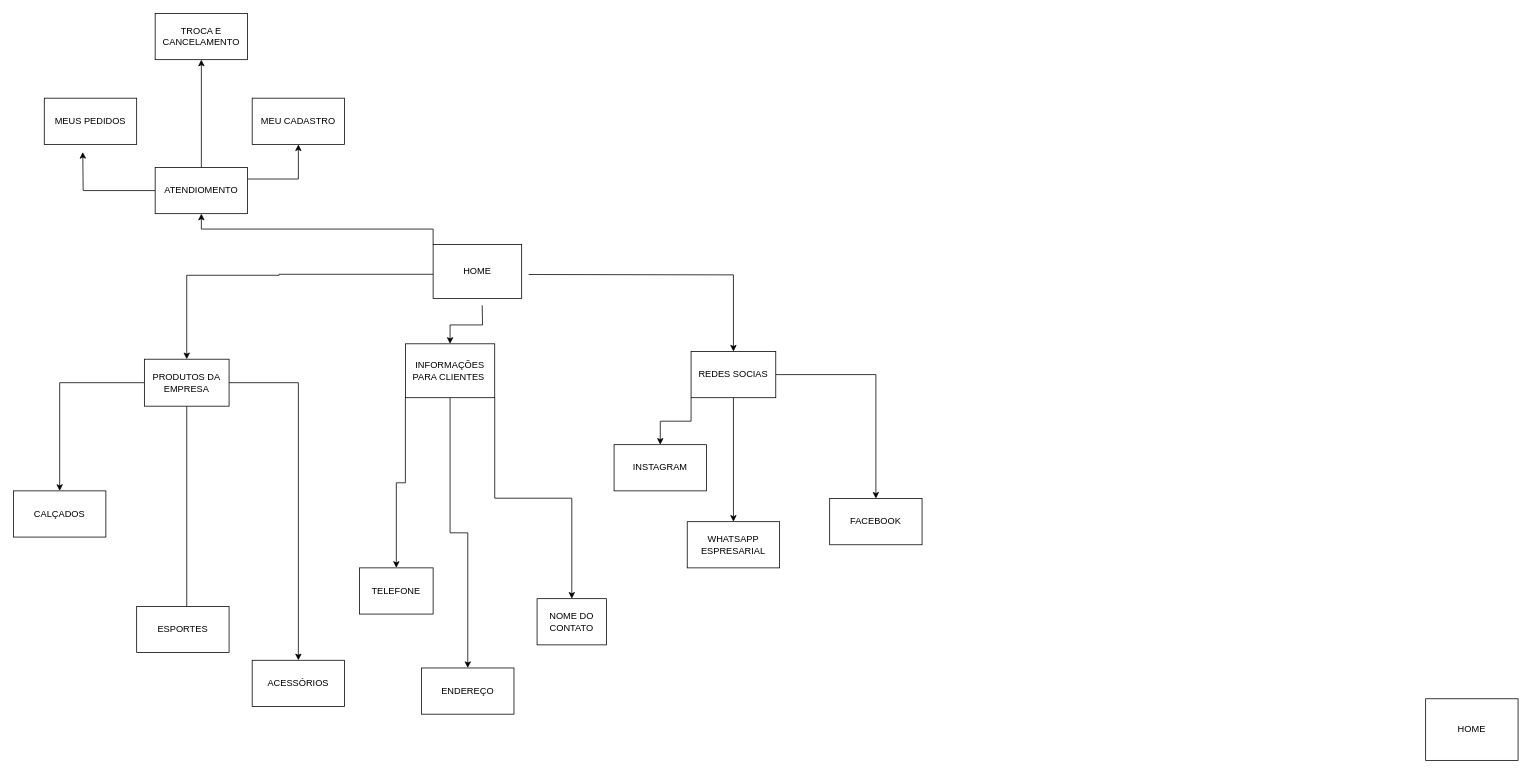
Above: Diagrama sem nome.drawio in victormoreira443/Per-odo1Ter-a-Quinta (draw.io), before the change. Source tidied: cells renumbered, new cells numbered last; positions are measured from the earlier drawing's top-left corner, leaving out a move shared by most shapes. Both pictures are drawn from the tidied source at 77%, with x=0, y=0 at pixel (13, 13).
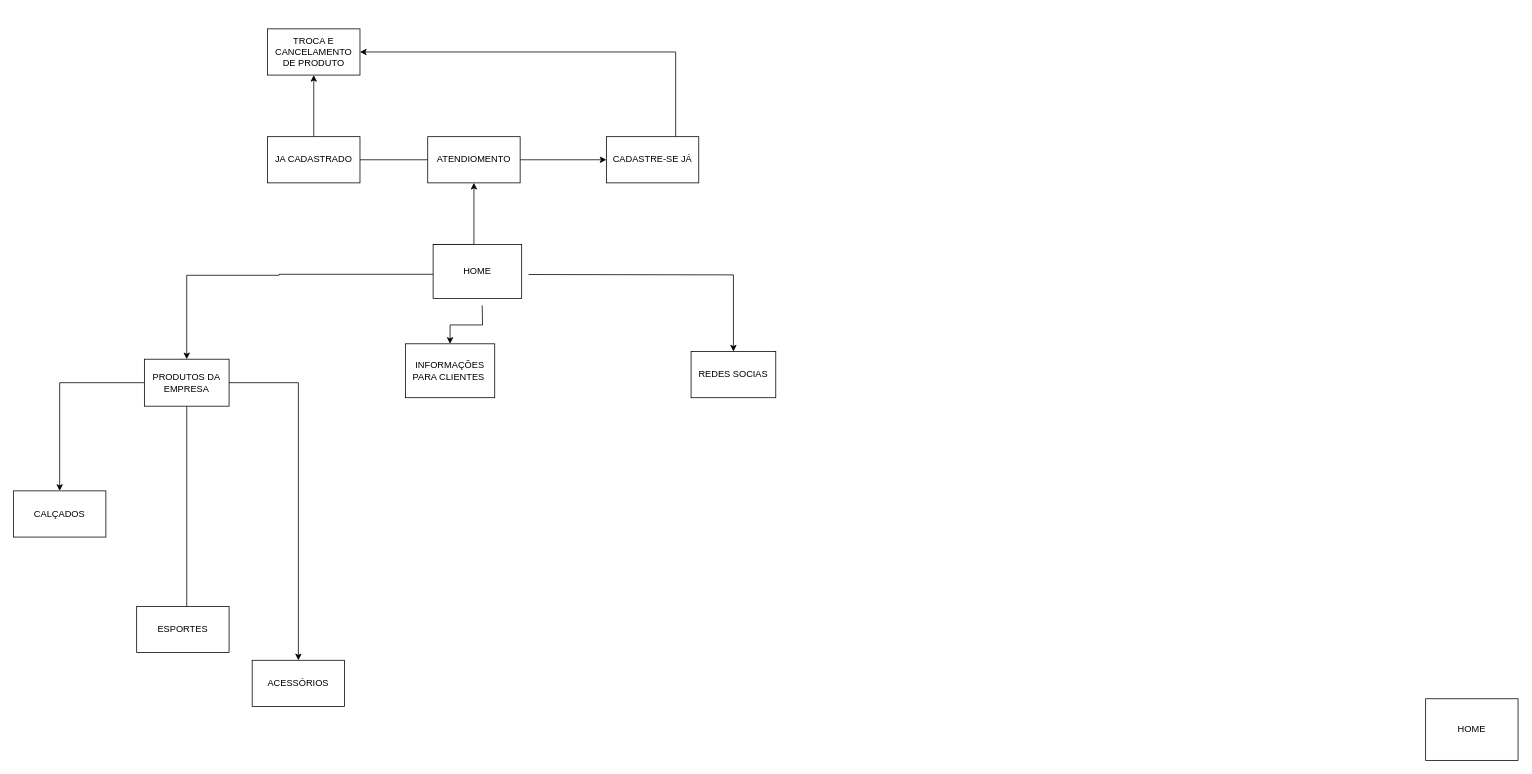
Above is the later version.

Unchanged cells that the change refers to:
```xml
<mxCell id="13" value="REDES SOCIAS" style="rounded=0;whiteSpace=wrap;html=1;" parent="1" vertex="1">
  <mxGeometry x="880" y="439" width="110" height="60" as="geometry" />
</mxCell>
<mxCell id="19" value="INFORMAÇÕES PARA CLIENTES&amp;nbsp;" style="rounded=0;whiteSpace=wrap;html=1;" parent="1" vertex="1">
  <mxGeometry x="509" y="429" width="116" height="70" as="geometry" />
</mxCell>
<mxCell id="23" value="HOME" style="rounded=0;whiteSpace=wrap;html=1;" parent="1" vertex="1">
  <mxGeometry x="545" y="300" width="115" height="70" as="geometry" />
</mxCell>
```

Change to the diagram source:
```diff
@@
-    <mxCell id="10" style="edgeStyle=orthogonalEdgeStyle;rounded=0;jettySize=auto;html=1;" parent="1" edge="1" source="13" target="14">
-      <mxGeometry relative="1" as="geometry" />
-    </mxCell>
-    <mxCell id="11" style="edgeStyle=orthogonalEdgeStyle;rounded=0;jettySize=auto;html=1;exitX=0;exitY=1;exitDx=0;exitDy=0;" parent="1" edge="1" source="13" target="15">
-      <mxGeometry relative="1" as="geometry" />
-    </mxCell>
-    <mxCell id="12" style="edgeStyle=orthogonalEdgeStyle;rounded=0;jettySize=auto;html=1;" parent="1" edge="1" source="13" target="28">
-      <mxGeometry relative="1" as="geometry" />
-    </mxCell>
@@
-    <mxCell id="14" value="WHATSAPP&lt;br&gt;ESPRESARIAL&lt;br&gt;" style="rounded=0;whiteSpace=wrap;html=1;" parent="1" vertex="1">
-      <mxGeometry x="875" y="660" width="120" height="60" as="geometry" />
-    </mxCell>
-    <mxCell id="15" value="INSTAGRAM" style="rounded=0;whiteSpace=wrap;html=1;" parent="1" vertex="1">
-      <mxGeometry x="780" y="560" width="120" height="60" as="geometry" />
-    </mxCell>
-    <mxCell id="16" style="edgeStyle=orthogonalEdgeStyle;rounded=0;jettySize=auto;html=1;" parent="1" edge="1" source="19" target="27">
-      <mxGeometry relative="1" as="geometry" />
-    </mxCell>
-    <mxCell id="17" style="edgeStyle=orthogonalEdgeStyle;rounded=0;jettySize=auto;html=1;exitX=0;exitY=1;exitDx=0;exitDy=0;" parent="1" edge="1" source="19" target="20">
-      <mxGeometry relative="1" as="geometry" />
-    </mxCell>
-    <mxCell id="18" style="edgeStyle=orthogonalEdgeStyle;rounded=0;jettySize=auto;html=1;exitX=1;exitY=1;exitDx=0;exitDy=0;" parent="1" edge="1" source="19" target="21">
-      <mxGeometry relative="1" as="geometry" />
-    </mxCell>
@@
-    <mxCell id="20" value="TELEFONE" style="rounded=0;whiteSpace=wrap;html=1;" parent="1" vertex="1">
-      <mxGeometry x="449.4" y="720" width="95.6" height="60" as="geometry" />
-    </mxCell>
-    <mxCell id="21" value="NOME DO CONTATO" style="rounded=0;whiteSpace=wrap;html=1;" parent="1" vertex="1">
-      <mxGeometry x="680" y="760" width="90.2" height="60" as="geometry" />
-    </mxCell>
     <mxCell id="22" style="edgeStyle=orthogonalEdgeStyle;rounded=0;jettySize=auto;html=1;exitX=0;exitY=0;exitDx=0;exitDy=0;" parent="1" edge="1" source="23" target="32">
-      <mxGeometry relative="1" as="geometry" />
+      <mxGeometry relative="1" as="geometry">
+        <Array as="points">
+          <mxPoint x="598" y="300" />
+        </Array>
+      </mxGeometry>
     </mxCell>
@@
-    <mxCell id="27" value="ENDEREÇO" style="rounded=0;whiteSpace=wrap;html=1;" parent="1" vertex="1">
-      <mxGeometry x="530" y="850" width="120" height="60" as="geometry" />
-    </mxCell>
-    <mxCell id="28" value="FACEBOOK" style="rounded=0;whiteSpace=wrap;html=1;" parent="1" vertex="1">
-      <mxGeometry x="1060" y="630" width="120" height="60" as="geometry" />
-    </mxCell>
-    <mxCell id="29" style="edgeStyle=orthogonalEdgeStyle;rounded=0;jettySize=auto;html=1;exitX=0.5;exitY=0;exitDx=0;exitDy=0;" parent="1" edge="1" source="32" target="34">
-      <mxGeometry relative="1" as="geometry" />
-    </mxCell>
-    <mxCell id="30" style="edgeStyle=orthogonalEdgeStyle;rounded=0;jettySize=auto;html=1;exitX=1;exitY=0.25;exitDx=0;exitDy=0;" parent="1" edge="1" source="32" target="35">
-      <mxGeometry relative="1" as="geometry" />
-    </mxCell>
-    <mxCell id="31" style="edgeStyle=orthogonalEdgeStyle;rounded=0;jettySize=auto;html=1;" parent="1" edge="1" source="32">
-      <mxGeometry relative="1" as="geometry">
-        <mxPoint x="90" y="180" as="targetPoint" />
-      </mxGeometry>
-    </mxCell>
+    <mxCell id="36" style="edgeStyle=orthogonalEdgeStyle;rounded=0;jettySize=auto;html=1;" parent="1" edge="1" source="32">
+      <mxGeometry relative="1" as="geometry">
+        <mxPoint x="440" y="190" as="targetPoint" />
+      </mxGeometry>
+    </mxCell>
+    <mxCell id="37" style="edgeStyle=orthogonalEdgeStyle;rounded=0;jettySize=auto;html=1;exitX=1;exitY=0.5;exitDx=0;exitDy=0;" parent="1" edge="1" source="32" target="41">
+      <mxGeometry relative="1" as="geometry" />
+    </mxCell>
     <mxCell id="32" value="ATENDIOMENTO" style="rounded=0;whiteSpace=wrap;html=1;" parent="1" vertex="1">
-      <mxGeometry x="184" y="200" width="120" height="60" as="geometry" />
+      <mxGeometry x="538" y="160" width="120" height="60" as="geometry" />
     </mxCell>
-    <mxCell id="33" value="MEUS PEDIDOS" style="rounded=0;whiteSpace=wrap;html=1;" parent="1" vertex="1">
-      <mxGeometry x="40" y="110" width="120" height="60" as="geometry" />
-    </mxCell>
-    <mxCell id="34" value="TROCA E CANCELAMENTO" style="rounded=0;whiteSpace=wrap;html=1;" parent="1" vertex="1">
-      <mxGeometry x="184" width="120" height="60" as="geometry" />
-    </mxCell>
-    <mxCell id="35" value="MEU CADASTRO" style="rounded=0;whiteSpace=wrap;html=1;" parent="1" vertex="1">
-      <mxGeometry x="310" y="110" width="120" height="60" as="geometry" />
-    </mxCell>
+    <mxCell id="38" style="edgeStyle=orthogonalEdgeStyle;rounded=0;jettySize=auto;html=1;" parent="1" edge="1" source="39" target="42">
+      <mxGeometry relative="1" as="geometry" />
+    </mxCell>
+    <mxCell id="39" value="JA CADASTRADO" style="rounded=0;whiteSpace=wrap;html=1;" parent="1" vertex="1">
+      <mxGeometry x="330" y="160" width="120" height="60" as="geometry" />
+    </mxCell>
+    <mxCell id="40" style="edgeStyle=orthogonalEdgeStyle;rounded=0;jettySize=auto;html=1;exitX=0.75;exitY=0;exitDx=0;exitDy=0;entryX=1;entryY=0.5;entryDx=0;entryDy=0;" parent="1" edge="1" source="41" target="42">
+      <mxGeometry relative="1" as="geometry" />
+    </mxCell>
+    <mxCell id="41" value="CADASTRE-SE JÁ" style="rounded=0;whiteSpace=wrap;html=1;" parent="1" vertex="1">
+      <mxGeometry x="770" y="160" width="120" height="60" as="geometry" />
+    </mxCell>
+    <mxCell id="42" value="TROCA E CANCELAMENTO DE PRODUTO" style="rounded=0;whiteSpace=wrap;html=1;" parent="1" vertex="1">
+      <mxGeometry x="330" y="20" width="120" height="60" as="geometry" />
+    </mxCell>
```
